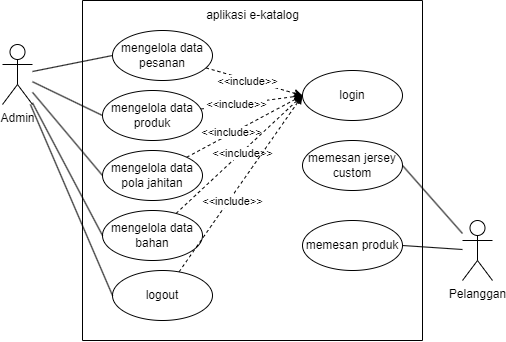
This is gambar/KP-Use Case.drawio.png from Ghandi-dev/Laporan-KP, a draw.io export, as it was before one commit. Source tidied: cells renumbered, new cells last; positions are measured from the earlier drawing's top-left corner, leaving out a move shared by most shapes. The source it was exported from:
```xml
<mxGraphModel>
  <root>
    <mxCell id="0" />
    <mxCell id="1" parent="0" />
    <mxCell id="2" style="swimlane;startSize=0;" parent="1" vertex="1">
      <mxGeometry x="80" width="340" height="340" as="geometry" />
    </mxCell>
    <mxCell id="3" value="aplikasi e-katalog" style="text;html=1;align=center;verticalAlign=middle;strokeColor=none;fillColor=none;" parent="2" vertex="1">
      <mxGeometry x="110" width="120" height="30" as="geometry" />
    </mxCell>
    <mxCell id="4" style="edgeStyle=none;shape=connector;rounded=0;jettySize=auto;html=1;entryX=0;entryY=0.5;entryDx=0;entryDy=0;labelBackgroundColor=default;strokeColor=default;align=center;verticalAlign=middle;fontFamily=Helvetica;fontSize=11;fontColor=default;endArrow=classic;endFill=1;dashed=1;" parent="2" edge="1" source="6" target="16">
      <mxGeometry relative="1" as="geometry" />
    </mxCell>
    <mxCell id="5" value="&amp;lt;&amp;lt;include&amp;gt;&amp;gt;" style="edgeLabel;html=1;align=center;verticalAlign=middle;fontSize=11;fontFamily=Helvetica;fontColor=default;" parent="4" vertex="1">
      <mxGeometry x="-0.13" y="-1" relative="1" as="geometry" />
    </mxCell>
    <mxCell id="6" value="mengelola data pesanan" style="ellipse;whiteSpace=wrap;html=1;" parent="2" vertex="1">
      <mxGeometry x="30" y="30" width="100" height="50" as="geometry" />
    </mxCell>
    <mxCell id="7" style="edgeStyle=none;shape=connector;rounded=0;jettySize=auto;html=1;entryX=0;entryY=0.5;entryDx=0;entryDy=0;dashed=1;labelBackgroundColor=default;strokeColor=default;align=center;verticalAlign=middle;fontFamily=Helvetica;fontSize=11;fontColor=default;endArrow=classic;endFill=1;" parent="2" edge="1" source="9" target="16">
      <mxGeometry relative="1" as="geometry" />
    </mxCell>
    <mxCell id="8" value="&amp;lt;&amp;lt;include&amp;gt;&amp;gt;" style="edgeLabel;html=1;align=center;verticalAlign=middle;fontSize=11;fontFamily=Helvetica;fontColor=default;" parent="7" vertex="1">
      <mxGeometry x="-0.3" relative="1" as="geometry" />
    </mxCell>
    <mxCell id="9" value="mengelola data produk" style="ellipse;whiteSpace=wrap;html=1;" parent="2" vertex="1">
      <mxGeometry x="20" y="90" width="100" height="50" as="geometry" />
    </mxCell>
    <mxCell id="10" style="edgeStyle=none;shape=connector;rounded=0;jettySize=auto;html=1;entryX=0;entryY=0.5;entryDx=0;entryDy=0;dashed=1;labelBackgroundColor=default;strokeColor=default;align=center;verticalAlign=middle;fontFamily=Helvetica;fontSize=11;fontColor=default;endArrow=classic;endFill=1;" parent="2" edge="1" source="12" target="16">
      <mxGeometry relative="1" as="geometry" />
    </mxCell>
    <mxCell id="11" value="&amp;lt;&amp;lt;include&amp;gt;&amp;gt;" style="edgeLabel;html=1;align=center;verticalAlign=middle;fontSize=11;fontFamily=Helvetica;fontColor=default;" parent="10" vertex="1">
      <mxGeometry x="-0.23" y="1" relative="1" as="geometry" />
    </mxCell>
    <mxCell id="12" value="mengelola data&lt;br&gt;pola jahitan" style="ellipse;whiteSpace=wrap;html=1;" parent="2" vertex="1">
      <mxGeometry x="20" y="150" width="100" height="50" as="geometry" />
    </mxCell>
    <mxCell id="13" style="edgeStyle=none;shape=connector;rounded=0;jettySize=auto;html=1;entryX=0;entryY=0.5;entryDx=0;entryDy=0;dashed=1;labelBackgroundColor=default;strokeColor=default;align=center;verticalAlign=middle;fontFamily=Helvetica;fontSize=11;fontColor=default;endArrow=classic;endFill=1;" parent="2" edge="1" source="15" target="16">
      <mxGeometry relative="1" as="geometry" />
    </mxCell>
    <mxCell id="14" value="&amp;lt;&amp;lt;include&amp;gt;&amp;gt;" style="edgeLabel;html=1;align=center;verticalAlign=middle;fontSize=11;fontFamily=Helvetica;fontColor=default;" parent="13" vertex="1">
      <mxGeometry x="0.03" y="-1" relative="1" as="geometry" />
    </mxCell>
    <mxCell id="15" value="mengelola data&lt;br&gt;bahan" style="ellipse;whiteSpace=wrap;html=1;" parent="2" vertex="1">
      <mxGeometry x="20" y="210" width="100" height="50" as="geometry" />
    </mxCell>
    <mxCell id="16" value="login" style="ellipse;whiteSpace=wrap;html=1;" parent="2" vertex="1">
      <mxGeometry x="220" y="70" width="100" height="50" as="geometry" />
    </mxCell>
    <mxCell id="17" style="edgeStyle=none;shape=connector;rounded=0;jettySize=auto;html=1;entryX=0;entryY=0.5;entryDx=0;entryDy=0;dashed=1;labelBackgroundColor=default;strokeColor=default;align=center;verticalAlign=middle;fontFamily=Helvetica;fontSize=11;fontColor=default;endArrow=classic;endFill=1;" parent="2" edge="1" source="19" target="16">
      <mxGeometry relative="1" as="geometry" />
    </mxCell>
    <mxCell id="18" value="&amp;lt;&amp;lt;include&amp;gt;&amp;gt;" style="edgeLabel;html=1;align=center;verticalAlign=middle;fontSize=11;fontFamily=Helvetica;fontColor=default;" parent="17" vertex="1">
      <mxGeometry x="-0.18" y="-3" relative="1" as="geometry" />
    </mxCell>
    <mxCell id="19" value="logout" style="ellipse;whiteSpace=wrap;html=1;" parent="2" vertex="1">
      <mxGeometry x="30" y="270" width="100" height="50" as="geometry" />
    </mxCell>
    <mxCell id="20" value="memesan jersey&lt;br&gt;custom" style="ellipse;whiteSpace=wrap;html=1;" parent="2" vertex="1">
      <mxGeometry x="220" y="140" width="100" height="50" as="geometry" />
    </mxCell>
    <mxCell id="21" value="memesan produk" style="ellipse;whiteSpace=wrap;html=1;" parent="2" vertex="1">
      <mxGeometry x="220" y="220" width="100" height="50" as="geometry" />
    </mxCell>
    <mxCell id="22" style="rounded=0;jettySize=auto;html=1;entryX=0;entryY=0.5;entryDx=0;entryDy=0;endArrow=none;endFill=0;" parent="1" edge="1" source="27" target="6">
      <mxGeometry relative="1" as="geometry" />
    </mxCell>
    <mxCell id="23" style="rounded=0;jettySize=auto;html=1;entryX=0;entryY=0.5;entryDx=0;entryDy=0;endArrow=none;endFill=0;" parent="1" edge="1" source="27" target="9">
      <mxGeometry relative="1" as="geometry" />
    </mxCell>
    <mxCell id="24" style="edgeStyle=none;shape=connector;rounded=0;jettySize=auto;html=1;entryX=0;entryY=0.5;entryDx=0;entryDy=0;labelBackgroundColor=default;strokeColor=default;align=center;verticalAlign=middle;fontFamily=Helvetica;fontSize=11;fontColor=default;endArrow=none;endFill=0;" parent="1" edge="1" source="27" target="12">
      <mxGeometry relative="1" as="geometry" />
    </mxCell>
    <mxCell id="25" style="edgeStyle=none;shape=connector;rounded=0;jettySize=auto;html=1;entryX=0;entryY=0.5;entryDx=0;entryDy=0;labelBackgroundColor=default;strokeColor=default;align=center;verticalAlign=middle;fontFamily=Helvetica;fontSize=11;fontColor=default;endArrow=none;endFill=0;" parent="1" edge="1" source="27" target="15">
      <mxGeometry relative="1" as="geometry" />
    </mxCell>
    <mxCell id="26" style="edgeStyle=none;shape=connector;rounded=0;jettySize=auto;html=1;entryX=0;entryY=0.5;entryDx=0;entryDy=0;labelBackgroundColor=default;strokeColor=default;align=center;verticalAlign=middle;fontFamily=Helvetica;fontSize=11;fontColor=default;endArrow=none;endFill=0;" parent="1" edge="1" source="27" target="19">
      <mxGeometry relative="1" as="geometry" />
    </mxCell>
    <mxCell id="27" value="Admin" style="shape=umlActor;verticalLabelPosition=bottom;verticalAlign=top;html=1;outlineConnect=0;" parent="1" vertex="1">
      <mxGeometry y="44" width="30" height="60" as="geometry" />
    </mxCell>
    <mxCell id="28" style="edgeStyle=none;shape=connector;rounded=0;jettySize=auto;html=1;entryX=1;entryY=0.5;entryDx=0;entryDy=0;labelBackgroundColor=default;strokeColor=default;align=center;verticalAlign=middle;fontFamily=Helvetica;fontSize=11;fontColor=default;endArrow=none;endFill=0;" parent="1" edge="1" source="30" target="20">
      <mxGeometry relative="1" as="geometry" />
    </mxCell>
    <mxCell id="29" style="edgeStyle=none;shape=connector;rounded=0;jettySize=auto;html=1;entryX=1;entryY=0.5;entryDx=0;entryDy=0;labelBackgroundColor=default;strokeColor=default;align=center;verticalAlign=middle;fontFamily=Helvetica;fontSize=11;fontColor=default;endArrow=none;endFill=0;" parent="1" edge="1" source="30" target="21">
      <mxGeometry relative="1" as="geometry" />
    </mxCell>
    <mxCell id="30" value="Pelanggan" style="shape=umlActor;verticalLabelPosition=bottom;verticalAlign=top;html=1;outlineConnect=0;" parent="1" vertex="1">
      <mxGeometry x="460" y="220" width="30" height="60" as="geometry" />
    </mxCell>
  </root>
</mxGraphModel>
```
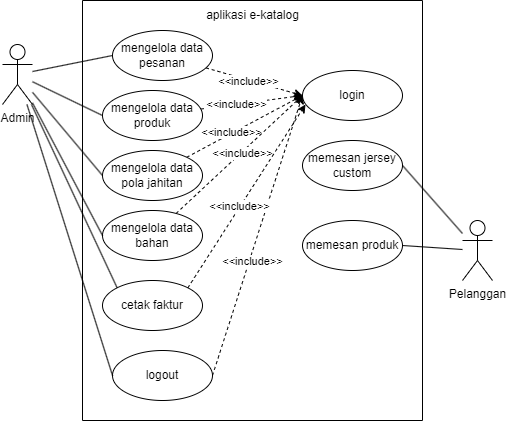
After the change.

Diff of the diagram source:
```diff
@@ -3,7 +3,7 @@
     <mxCell id="0" />
     <mxCell id="1" parent="0" />
     <mxCell id="2" style="swimlane;startSize=0;" parent="1" vertex="1">
-      <mxGeometry x="80" width="340" height="340" as="geometry" />
+      <mxGeometry x="80" width="340" height="420" as="geometry" />
     </mxCell>
     <mxCell id="3" value="aplikasi e-katalog" style="text;html=1;align=center;verticalAlign=middle;strokeColor=none;fillColor=none;" parent="2" vertex="1">
       <mxGeometry x="110" width="120" height="30" as="geometry" />
@@ -47,14 +47,14 @@
     <mxCell id="16" value="login" style="ellipse;whiteSpace=wrap;html=1;" parent="2" vertex="1">
       <mxGeometry x="220" y="70" width="100" height="50" as="geometry" />
     </mxCell>
-    <mxCell id="17" style="edgeStyle=none;shape=connector;rounded=0;jettySize=auto;html=1;entryX=0;entryY=0.5;entryDx=0;entryDy=0;dashed=1;labelBackgroundColor=default;strokeColor=default;align=center;verticalAlign=middle;fontFamily=Helvetica;fontSize=11;fontColor=default;endArrow=classic;endFill=1;" parent="2" edge="1" source="19" target="16">
+    <mxCell id="17" style="edgeStyle=none;shape=connector;rounded=0;jettySize=auto;html=1;entryX=0;entryY=0.5;entryDx=0;entryDy=0;dashed=1;labelBackgroundColor=default;strokeColor=default;align=center;verticalAlign=middle;fontFamily=Helvetica;fontSize=11;fontColor=default;endArrow=classic;endFill=1;exitX=1;exitY=0.5;exitDx=0;exitDy=0;" parent="2" edge="1" source="19" target="16">
       <mxGeometry relative="1" as="geometry" />
     </mxCell>
     <mxCell id="18" value="&amp;lt;&amp;lt;include&amp;gt;&amp;gt;" style="edgeLabel;html=1;align=center;verticalAlign=middle;fontSize=11;fontFamily=Helvetica;fontColor=default;" parent="17" vertex="1">
       <mxGeometry x="-0.18" y="-3" relative="1" as="geometry" />
     </mxCell>
     <mxCell id="19" value="logout" style="ellipse;whiteSpace=wrap;html=1;" parent="2" vertex="1">
-      <mxGeometry x="30" y="270" width="100" height="50" as="geometry" />
+      <mxGeometry x="30" y="350" width="100" height="50" as="geometry" />
     </mxCell>
     <mxCell id="20" value="memesan jersey&lt;br&gt;custom" style="ellipse;whiteSpace=wrap;html=1;" parent="2" vertex="1">
       <mxGeometry x="220" y="140" width="100" height="50" as="geometry" />
@@ -62,6 +62,17 @@
     <mxCell id="21" value="memesan produk" style="ellipse;whiteSpace=wrap;html=1;" parent="2" vertex="1">
       <mxGeometry x="220" y="220" width="100" height="50" as="geometry" />
     </mxCell>
+    <mxCell id="31" value="cetak faktur" style="ellipse;whiteSpace=wrap;html=1;" parent="2" vertex="1">
+      <mxGeometry x="20" y="280" width="100" height="50" as="geometry" />
+    </mxCell>
+    <mxCell id="32" style="rounded=0;jettySize=auto;html=1;entryX=0.03;entryY=0.68;entryDx=0;entryDy=0;entryPerimeter=0;dashed=1;exitX=1;exitY=0;exitDx=0;exitDy=0;" parent="2" edge="1" source="31" target="16">
+      <mxGeometry relative="1" as="geometry" />
+    </mxCell>
+    <mxCell id="33" value="&amp;lt;&amp;lt;include&amp;gt;&amp;gt;" style="edgeLabel;html=1;align=center;verticalAlign=middle;fontSize=11;fontFamily=Helvetica;fontColor=default;" parent="2" vertex="1">
+      <mxGeometry x="145" y="220" as="geometry">
+        <mxPoint x="11" y="-15" as="offset" />
+      </mxGeometry>
+    </mxCell>
     <mxCell id="22" style="rounded=0;jettySize=auto;html=1;entryX=0;entryY=0.5;entryDx=0;entryDy=0;endArrow=none;endFill=0;" parent="1" edge="1" source="27" target="6">
       <mxGeometry relative="1" as="geometry" />
     </mxCell>
@@ -77,6 +88,9 @@
     <mxCell id="26" style="edgeStyle=none;shape=connector;rounded=0;jettySize=auto;html=1;entryX=0;entryY=0.5;entryDx=0;entryDy=0;labelBackgroundColor=default;strokeColor=default;align=center;verticalAlign=middle;fontFamily=Helvetica;fontSize=11;fontColor=default;endArrow=none;endFill=0;" parent="1" edge="1" source="27" target="19">
       <mxGeometry relative="1" as="geometry" />
     </mxCell>
+    <mxCell id="34" style="rounded=0;jettySize=auto;html=1;entryX=0;entryY=0;entryDx=0;entryDy=0;endArrow=none;endFill=0;" parent="1" edge="1" source="27" target="31">
+      <mxGeometry relative="1" as="geometry" />
+    </mxCell>
     <mxCell id="27" value="Admin" style="shape=umlActor;verticalLabelPosition=bottom;verticalAlign=top;html=1;outlineConnect=0;" parent="1" vertex="1">
       <mxGeometry y="44" width="30" height="60" as="geometry" />
     </mxCell>
```
